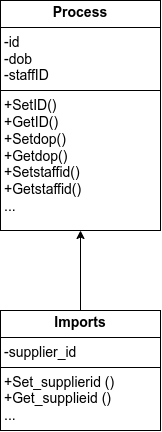
The draw.io diagram ISA/Process.drawio.png in james5635/Year3, before a commit. Source tidied: cells renumbered, new cells last; positions are measured from the earlier drawing's top-left corner, leaving out a move shared by most shapes. Source of this version:
```xml
<mxGraphModel>
  <root>
    <mxCell id="0" />
    <mxCell id="1" parent="0" />
    <mxCell id="2" value="&lt;p style=&quot;margin:0px;margin-top:4px;text-align:center;&quot;&gt;&lt;b&gt;&lt;font style=&quot;font-size: 14px;&quot;&gt;Process&lt;/font&gt;&lt;/b&gt;&lt;/p&gt;&lt;hr size=&quot;1&quot; style=&quot;border-style:solid;&quot;&gt;&lt;p style=&quot;margin:0px;margin-left:4px;&quot;&gt;&lt;font style=&quot;font-size: 14px;&quot;&gt;&lt;span style=&quot;background-color: transparent;&quot;&gt;-&lt;/span&gt;&lt;span style=&quot;background-color: transparent; font-family: Arial, sans-serif; white-space-collapse: preserve;&quot;&gt;id&lt;/span&gt;&lt;/font&gt;&lt;/p&gt;&lt;p style=&quot;margin:0px;margin-left:4px;&quot;&gt;&lt;span style=&quot;background-color: transparent; font-family: Arial, sans-serif; white-space-collapse: preserve;&quot;&gt;&lt;font style=&quot;font-size: 14px;&quot;&gt;-dob&lt;/font&gt;&lt;/span&gt;&lt;/p&gt;&lt;p style=&quot;margin:0px;margin-left:4px;&quot;&gt;&lt;span style=&quot;background-color: transparent; font-family: Arial, sans-serif; white-space-collapse: preserve;&quot;&gt;&lt;font style=&quot;font-size: 14px;&quot;&gt;-staffID&lt;/font&gt;&lt;/span&gt;&lt;/p&gt;&lt;hr size=&quot;1&quot; style=&quot;border-style:solid;&quot;&gt;&lt;p style=&quot;margin:0px;margin-left:4px;&quot;&gt;&lt;font style=&quot;font-size: 14px;&quot;&gt;+&lt;span style=&quot;background-color: transparent; font-family: Arial, sans-serif; white-space-collapse: preserve;&quot;&gt;SetID()&lt;/span&gt;&lt;/font&gt;&lt;/p&gt;&lt;p style=&quot;margin:0px;margin-left:4px;&quot;&gt;&lt;span style=&quot;background-color: transparent; font-family: Arial, sans-serif; white-space-collapse: preserve;&quot;&gt;&lt;font style=&quot;font-size: 14px;&quot;&gt;+GetID()&lt;/font&gt;&lt;/span&gt;&lt;/p&gt;&lt;p style=&quot;margin:0px;margin-left:4px;&quot;&gt;&lt;font style=&quot;font-size: 14px;&quot;&gt;&lt;span style=&quot;background-color: transparent; font-family: Arial, sans-serif; white-space-collapse: preserve;&quot;&gt;+Setdop()&lt;/span&gt;&lt;span style=&quot;background-color: transparent; font-family: Arial, sans-serif; white-space-collapse: preserve;&quot;&gt;&amp;nbsp;&amp;nbsp;&amp;nbsp;&amp;nbsp;&amp;nbsp;&lt;/span&gt;&lt;/font&gt;&lt;/p&gt;&lt;p style=&quot;margin:0px;margin-left:4px;&quot;&gt;&lt;font style=&quot;font-size: 14px;&quot;&gt;&lt;span style=&quot;background-color: transparent; font-family: Arial, sans-serif; white-space-collapse: preserve;&quot;&gt;+Getdop()&lt;/span&gt;&lt;span style=&quot;background-color: transparent; font-family: Arial, sans-serif; white-space-collapse: preserve;&quot;&gt;&amp;nbsp;&amp;nbsp;&amp;nbsp;&amp;nbsp;&lt;/span&gt;&lt;/font&gt;&lt;/p&gt;&lt;p style=&quot;margin:0px;margin-left:4px;&quot;&gt;&lt;font style=&quot;font-size: 14px;&quot;&gt;&lt;span style=&quot;background-color: transparent; font-family: Arial, sans-serif; white-space-collapse: preserve;&quot;&gt;+Setstaffid()&lt;/span&gt;&lt;span style=&quot;background-color: transparent; font-family: Arial, sans-serif; white-space-collapse: preserve;&quot;&gt;&amp;nbsp;&amp;nbsp;&amp;nbsp;&amp;nbsp;&amp;nbsp;&lt;/span&gt;&lt;/font&gt;&lt;/p&gt;&lt;p style=&quot;margin:0px;margin-left:4px;&quot;&gt;&lt;span style=&quot;background-color: transparent; font-family: Arial, sans-serif; white-space-collapse: preserve;&quot;&gt;&lt;font style=&quot;font-size: 14px;&quot;&gt;+Getstaffid()&lt;/font&gt;&lt;/span&gt;&lt;/p&gt;&lt;p style=&quot;margin:0px;margin-left:4px;&quot;&gt;&lt;span style=&quot;background-color: transparent; font-family: Arial, sans-serif; white-space-collapse: preserve;&quot;&gt;&lt;font style=&quot;font-size: 14px;&quot;&gt;...&lt;/font&gt;&lt;/span&gt;&lt;/p&gt;&lt;span id=&quot;docs-internal-guid-1a6a6bc3-7fff-ee37-e526-eb98d48da269&quot;&gt;&lt;div&gt;&lt;span style=&quot;font-size: 11pt; font-family: Arial, sans-serif; background-color: transparent; font-variant-numeric: normal; font-variant-east-asian: normal; font-variant-alternates: normal; font-variant-position: normal; vertical-align: baseline; white-space-collapse: preserve;&quot;&gt;&lt;br&gt;&lt;/span&gt;&lt;/div&gt;&lt;/span&gt;" style="verticalAlign=top;align=left;overflow=fill;html=1;whiteSpace=wrap;" parent="1" vertex="1">
      <mxGeometry width="160" height="230" as="geometry" />
    </mxCell>
    <mxCell id="3" style="edgeStyle=orthogonalEdgeStyle;rounded=0;jettySize=auto;html=1;entryX=0.5;entryY=1;entryDx=0;entryDy=0;" parent="1" edge="1" source="4" target="2">
      <mxGeometry relative="1" as="geometry" />
    </mxCell>
    <mxCell id="4" value="&lt;p style=&quot;margin:0px;margin-top:4px;text-align:center;&quot;&gt;&lt;b&gt;&lt;font style=&quot;font-size: 14px;&quot;&gt;Imports&lt;/font&gt;&lt;/b&gt;&lt;/p&gt;&lt;hr size=&quot;1&quot; style=&quot;border-style:solid;&quot;&gt;&lt;p style=&quot;margin:0px;margin-left:4px;&quot;&gt;&lt;font style=&quot;font-size: 14px;&quot;&gt;-&lt;span style=&quot;background-color: transparent; font-family: Arial, sans-serif; white-space-collapse: preserve;&quot;&gt;supplier_id&lt;/span&gt;&lt;/font&gt;&lt;/p&gt;&lt;hr size=&quot;1&quot; style=&quot;border-style:solid;&quot;&gt;&lt;p style=&quot;margin:0px;margin-left:4px;&quot;&gt;&lt;font style=&quot;font-size: 14px;&quot;&gt;+&lt;span style=&quot;background-color: transparent; font-family: Arial, sans-serif; white-space-collapse: preserve;&quot;&gt;Set_supplierid ()&lt;/span&gt;&lt;/font&gt;&lt;/p&gt;&lt;p style=&quot;margin:0px;margin-left:4px;&quot;&gt;&lt;span style=&quot;background-color: transparent; font-family: Arial, sans-serif; white-space-collapse: preserve;&quot;&gt;&lt;font style=&quot;font-size: 14px;&quot;&gt;+Get_supplieid ()&lt;/font&gt;&lt;/span&gt;&lt;/p&gt;&lt;p style=&quot;margin:0px;margin-left:4px;&quot;&gt;&lt;span style=&quot;background-color: transparent; font-family: Arial, sans-serif; white-space-collapse: preserve;&quot;&gt;&lt;font style=&quot;font-size: 14px;&quot;&gt;...&lt;/font&gt;&lt;/span&gt;&lt;/p&gt;&lt;span id=&quot;docs-internal-guid-c788759d-7fff-1375-13a3-98553b77f948&quot;&gt;&lt;div&gt;&lt;span style=&quot;font-size: 11pt; font-family: Arial, sans-serif; background-color: transparent; font-variant-numeric: normal; font-variant-east-asian: normal; font-variant-alternates: normal; font-variant-position: normal; vertical-align: baseline; white-space-collapse: preserve;&quot;&gt;&lt;br&gt;&lt;/span&gt;&lt;/div&gt;&lt;/span&gt;" style="verticalAlign=top;align=left;overflow=fill;html=1;whiteSpace=wrap;" parent="1" vertex="1">
      <mxGeometry y="310" width="160" height="120" as="geometry" />
    </mxCell>
  </root>
</mxGraphModel>
```
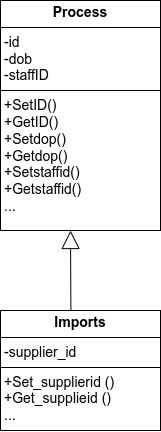
Later version of the same file.

Change to the diagram source:
```diff
@@ -5,11 +5,13 @@
     <mxCell id="2" value="&lt;p style=&quot;margin:0px;margin-top:4px;text-align:center;&quot;&gt;&lt;b&gt;&lt;font style=&quot;font-size: 14px;&quot;&gt;Process&lt;/font&gt;&lt;/b&gt;&lt;/p&gt;&lt;hr size=&quot;1&quot; style=&quot;border-style:solid;&quot;&gt;&lt;p style=&quot;margin:0px;margin-left:4px;&quot;&gt;&lt;font style=&quot;font-size: 14px;&quot;&gt;&lt;span style=&quot;background-color: transparent;&quot;&gt;-&lt;/span&gt;&lt;span style=&quot;background-color: transparent; font-family: Arial, sans-serif; white-space-collapse: preserve;&quot;&gt;id&lt;/span&gt;&lt;/font&gt;&lt;/p&gt;&lt;p style=&quot;margin:0px;margin-left:4px;&quot;&gt;&lt;span style=&quot;background-color: transparent; font-family: Arial, sans-serif; white-space-collapse: preserve;&quot;&gt;&lt;font style=&quot;font-size: 14px;&quot;&gt;-dob&lt;/font&gt;&lt;/span&gt;&lt;/p&gt;&lt;p style=&quot;margin:0px;margin-left:4px;&quot;&gt;&lt;span style=&quot;background-color: transparent; font-family: Arial, sans-serif; white-space-collapse: preserve;&quot;&gt;&lt;font style=&quot;font-size: 14px;&quot;&gt;-staffID&lt;/font&gt;&lt;/span&gt;&lt;/p&gt;&lt;hr size=&quot;1&quot; style=&quot;border-style:solid;&quot;&gt;&lt;p style=&quot;margin:0px;margin-left:4px;&quot;&gt;&lt;font style=&quot;font-size: 14px;&quot;&gt;+&lt;span style=&quot;background-color: transparent; font-family: Arial, sans-serif; white-space-collapse: preserve;&quot;&gt;SetID()&lt;/span&gt;&lt;/font&gt;&lt;/p&gt;&lt;p style=&quot;margin:0px;margin-left:4px;&quot;&gt;&lt;span style=&quot;background-color: transparent; font-family: Arial, sans-serif; white-space-collapse: preserve;&quot;&gt;&lt;font style=&quot;font-size: 14px;&quot;&gt;+GetID()&lt;/font&gt;&lt;/span&gt;&lt;/p&gt;&lt;p style=&quot;margin:0px;margin-left:4px;&quot;&gt;&lt;font style=&quot;font-size: 14px;&quot;&gt;&lt;span style=&quot;background-color: transparent; font-family: Arial, sans-serif; white-space-collapse: preserve;&quot;&gt;+Setdop()&lt;/span&gt;&lt;span style=&quot;background-color: transparent; font-family: Arial, sans-serif; white-space-collapse: preserve;&quot;&gt;&amp;nbsp;&amp;nbsp;&amp;nbsp;&amp;nbsp;&amp;nbsp;&lt;/span&gt;&lt;/font&gt;&lt;/p&gt;&lt;p style=&quot;margin:0px;margin-left:4px;&quot;&gt;&lt;font style=&quot;font-size: 14px;&quot;&gt;&lt;span style=&quot;background-color: transparent; font-family: Arial, sans-serif; white-space-collapse: preserve;&quot;&gt;+Getdop()&lt;/span&gt;&lt;span style=&quot;background-color: transparent; font-family: Arial, sans-serif; white-space-collapse: preserve;&quot;&gt;&amp;nbsp;&amp;nbsp;&amp;nbsp;&amp;nbsp;&lt;/span&gt;&lt;/font&gt;&lt;/p&gt;&lt;p style=&quot;margin:0px;margin-left:4px;&quot;&gt;&lt;font style=&quot;font-size: 14px;&quot;&gt;&lt;span style=&quot;background-color: transparent; font-family: Arial, sans-serif; white-space-collapse: preserve;&quot;&gt;+Setstaffid()&lt;/span&gt;&lt;span style=&quot;background-color: transparent; font-family: Arial, sans-serif; white-space-collapse: preserve;&quot;&gt;&amp;nbsp;&amp;nbsp;&amp;nbsp;&amp;nbsp;&amp;nbsp;&lt;/span&gt;&lt;/font&gt;&lt;/p&gt;&lt;p style=&quot;margin:0px;margin-left:4px;&quot;&gt;&lt;span style=&quot;background-color: transparent; font-family: Arial, sans-serif; white-space-collapse: preserve;&quot;&gt;&lt;font style=&quot;font-size: 14px;&quot;&gt;+Getstaffid()&lt;/font&gt;&lt;/span&gt;&lt;/p&gt;&lt;p style=&quot;margin:0px;margin-left:4px;&quot;&gt;&lt;span style=&quot;background-color: transparent; font-family: Arial, sans-serif; white-space-collapse: preserve;&quot;&gt;&lt;font style=&quot;font-size: 14px;&quot;&gt;...&lt;/font&gt;&lt;/span&gt;&lt;/p&gt;&lt;span id=&quot;docs-internal-guid-1a6a6bc3-7fff-ee37-e526-eb98d48da269&quot;&gt;&lt;div&gt;&lt;span style=&quot;font-size: 11pt; font-family: Arial, sans-serif; background-color: transparent; font-variant-numeric: normal; font-variant-east-asian: normal; font-variant-alternates: normal; font-variant-position: normal; vertical-align: baseline; white-space-collapse: preserve;&quot;&gt;&lt;br&gt;&lt;/span&gt;&lt;/div&gt;&lt;/span&gt;" style="verticalAlign=top;align=left;overflow=fill;html=1;whiteSpace=wrap;" parent="1" vertex="1">
       <mxGeometry width="160" height="230" as="geometry" />
     </mxCell>
-    <mxCell id="3" style="edgeStyle=orthogonalEdgeStyle;rounded=0;jettySize=auto;html=1;entryX=0.5;entryY=1;entryDx=0;entryDy=0;" parent="1" edge="1" source="4" target="2">
-      <mxGeometry relative="1" as="geometry" />
-    </mxCell>
     <mxCell id="4" value="&lt;p style=&quot;margin:0px;margin-top:4px;text-align:center;&quot;&gt;&lt;b&gt;&lt;font style=&quot;font-size: 14px;&quot;&gt;Imports&lt;/font&gt;&lt;/b&gt;&lt;/p&gt;&lt;hr size=&quot;1&quot; style=&quot;border-style:solid;&quot;&gt;&lt;p style=&quot;margin:0px;margin-left:4px;&quot;&gt;&lt;font style=&quot;font-size: 14px;&quot;&gt;-&lt;span style=&quot;background-color: transparent; font-family: Arial, sans-serif; white-space-collapse: preserve;&quot;&gt;supplier_id&lt;/span&gt;&lt;/font&gt;&lt;/p&gt;&lt;hr size=&quot;1&quot; style=&quot;border-style:solid;&quot;&gt;&lt;p style=&quot;margin:0px;margin-left:4px;&quot;&gt;&lt;font style=&quot;font-size: 14px;&quot;&gt;+&lt;span style=&quot;background-color: transparent; font-family: Arial, sans-serif; white-space-collapse: preserve;&quot;&gt;Set_supplierid ()&lt;/span&gt;&lt;/font&gt;&lt;/p&gt;&lt;p style=&quot;margin:0px;margin-left:4px;&quot;&gt;&lt;span style=&quot;background-color: transparent; font-family: Arial, sans-serif; white-space-collapse: preserve;&quot;&gt;&lt;font style=&quot;font-size: 14px;&quot;&gt;+Get_supplieid ()&lt;/font&gt;&lt;/span&gt;&lt;/p&gt;&lt;p style=&quot;margin:0px;margin-left:4px;&quot;&gt;&lt;span style=&quot;background-color: transparent; font-family: Arial, sans-serif; white-space-collapse: preserve;&quot;&gt;&lt;font style=&quot;font-size: 14px;&quot;&gt;...&lt;/font&gt;&lt;/span&gt;&lt;/p&gt;&lt;span id=&quot;docs-internal-guid-c788759d-7fff-1375-13a3-98553b77f948&quot;&gt;&lt;div&gt;&lt;span style=&quot;font-size: 11pt; font-family: Arial, sans-serif; background-color: transparent; font-variant-numeric: normal; font-variant-east-asian: normal; font-variant-alternates: normal; font-variant-position: normal; vertical-align: baseline; white-space-collapse: preserve;&quot;&gt;&lt;br&gt;&lt;/span&gt;&lt;/div&gt;&lt;/span&gt;" style="verticalAlign=top;align=left;overflow=fill;html=1;whiteSpace=wrap;" parent="1" vertex="1">
       <mxGeometry y="310" width="160" height="120" as="geometry" />
     </mxCell>
+    <mxCell id="5" style="endArrow=block;endSize=16;endFill=0;html=1;rounded=0;exitX=0.44;exitY=0.001;exitDx=0;exitDy=0;exitPerimeter=0;" parent="1" edge="1" source="4">
+      <mxGeometry relative="1" as="geometry">
+        <mxPoint x="70" y="230" as="targetPoint" />
+      </mxGeometry>
+    </mxCell>
   </root>
 </mxGraphModel>
```
